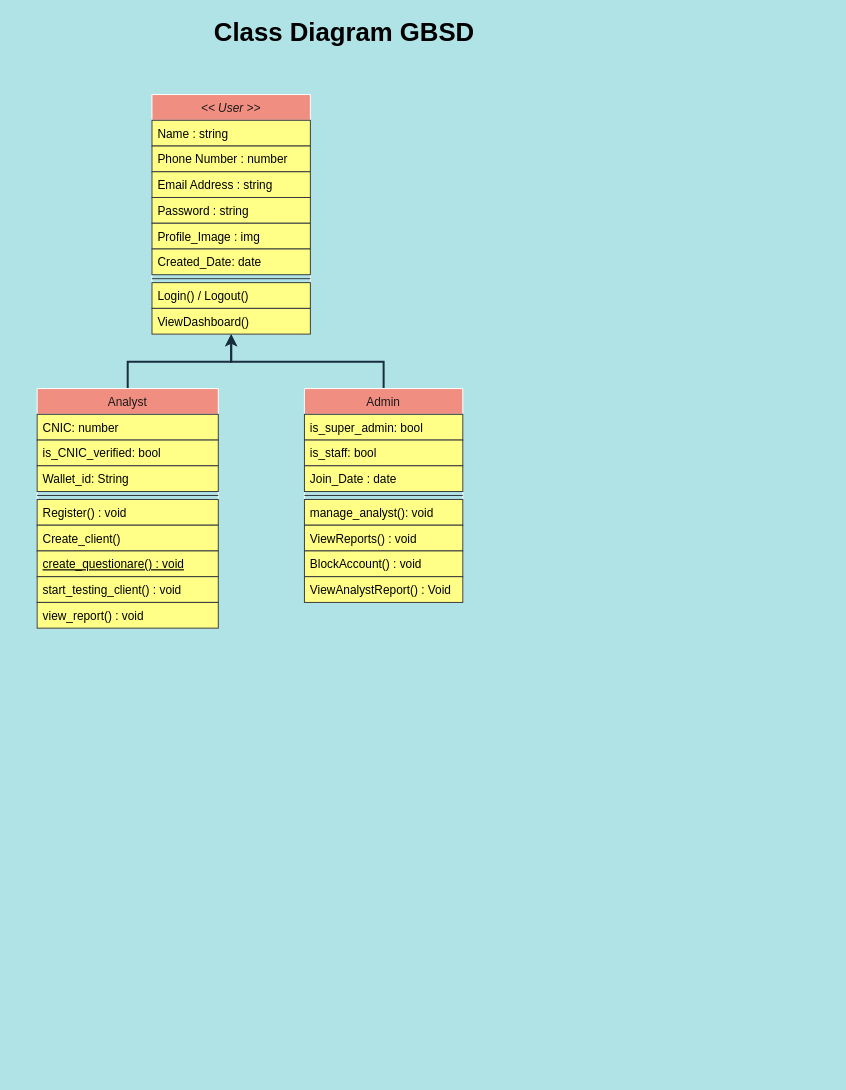
Earlier version of the draw.io diagram class_diagram_GBSD.drawio (mabdulrafea101/sohaib_fyp_docs). Source tidied: cells renumbered, new cells numbered last; positions are measured from the earlier drawing's top-left corner, leaving out a move shared by most shapes. Both pictures are drawn from the tidied source at 99%, with x=0, y=0 at pixel (37, 22).
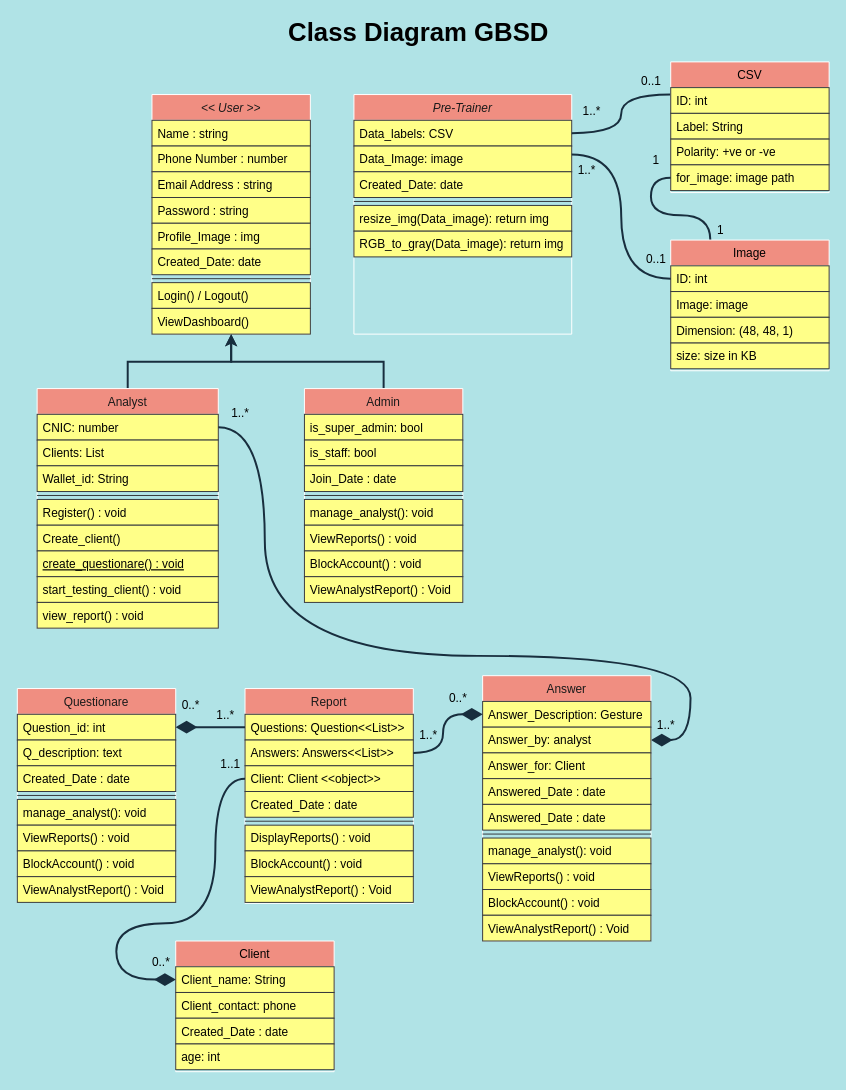
Above is the later version.

The change refers to these unchanged cells:
```xml
<mxCell id="13" value="Analyst" style="swimlane;fontStyle=0;align=center;verticalAlign=top;horizontal=1;startSize=26;rounded=0;shadow=0;strokeWidth=1;fillColor=#F08E81;strokeColor=#FFFFFF;fontColor=#1A1A1A;" parent="1" vertex="1">
  <mxGeometry y="370" width="183" height="242" as="geometry" />
</mxCell>
<mxCell id="14" value="CNIC: number" style="text;align=left;verticalAlign=top;spacingLeft=4;spacingRight=4;overflow=hidden;points=[[0,0.5],[1,0.5]];portConstraint=eastwest;fillColor=#ffff88;strokeColor=#36393d;" parent="13" vertex="1">
  <mxGeometry y="26" width="183" height="26" as="geometry" />
</mxCell>
```

The edit, as a diff of the source:
```diff
@@
-    <mxCell id="15" value="is_CNIC_verified: bool" style="text;align=left;verticalAlign=top;spacingLeft=4;spacingRight=4;overflow=hidden;fillColor=#ffff88;strokeColor=#36393d;" parent="13" vertex="1">
+    <mxCell id="15" value="Clients: List" style="text;align=left;verticalAlign=top;spacingLeft=4;spacingRight=4;overflow=hidden;fillColor=#ffff88;strokeColor=#36393d;" parent="13" vertex="1">
       <mxGeometry y="52" width="183" height="26" as="geometry" />
     </mxCell>
@@
     <mxCell id="33" value="&lt;font style=&quot;font-size: 26px&quot;&gt;&lt;b&gt;Class Diagram GBSD&lt;/b&gt;&lt;/font&gt;" style="text;html=1;align=center;verticalAlign=middle;strokeColor=none;fillColor=none;fontColor=#000000;" parent="1" vertex="1">
-      <mxGeometry x="170" width="280" height="20" as="geometry" />
+      <mxGeometry x="245" width="280" height="20" as="geometry" />
     </mxCell>
+    <mxCell id="34" value="Questionare" style="swimlane;fontStyle=0;align=center;verticalAlign=top;horizontal=1;startSize=26;rounded=0;shadow=0;strokeWidth=1;fillColor=#F08E81;strokeColor=#FFFFFF;fontColor=#1A1A1A;" parent="1" vertex="1">
+      <mxGeometry x="-20" y="673" width="160" height="216" as="geometry" />
+    </mxCell>
+    <mxCell id="35" value="Question_id: int" style="text;align=left;verticalAlign=top;spacingLeft=4;spacingRight=4;overflow=hidden;points=[[0,0.5],[1,0.5]];portConstraint=eastwest;fillColor=#ffff88;strokeColor=#36393d;" parent="34" vertex="1">
+      <mxGeometry y="26" width="160" height="26" as="geometry" />
+    </mxCell>
+    <mxCell id="36" value="Q_description: text" style="text;align=left;verticalAlign=top;spacingLeft=4;spacingRight=4;overflow=hidden;fillColor=#ffff88;strokeColor=#36393d;" parent="34" vertex="1">
+      <mxGeometry y="52" width="160" height="26" as="geometry" />
+    </mxCell>
+    <mxCell id="37" value="Created_Date : date" style="text;align=left;verticalAlign=top;spacingLeft=4;spacingRight=4;overflow=hidden;fillColor=#ffff88;strokeColor=#36393d;" parent="34" vertex="1">
+      <mxGeometry y="78" width="160" height="26" as="geometry" />
+    </mxCell>
+    <mxCell id="38" style="line;html=1;strokeWidth=1;align=left;verticalAlign=middle;spacingTop=-1;spacingLeft=3;spacingRight=3;labelPosition=right;labelBackgroundColor=#B0E3E6;fillColor=#ffff88;strokeColor=#36393d;" parent="34" vertex="1">
+      <mxGeometry y="104" width="160" height="8" as="geometry" />
+    </mxCell>
+    <mxCell id="39" value="manage_analyst(): void" style="text;align=left;verticalAlign=top;spacingLeft=4;spacingRight=4;overflow=hidden;fillColor=#ffff88;strokeColor=#36393d;" parent="34" vertex="1">
+      <mxGeometry y="112" width="160" height="26" as="geometry" />
+    </mxCell>
+    <mxCell id="40" value="ViewReports() : void" style="text;align=left;verticalAlign=top;spacingLeft=4;spacingRight=4;overflow=hidden;fillColor=#ffff88;strokeColor=#36393d;" parent="34" vertex="1">
+      <mxGeometry y="138" width="160" height="26" as="geometry" />
+    </mxCell>
+    <mxCell id="41" value="BlockAccount() : void" style="text;align=left;verticalAlign=top;spacingLeft=4;spacingRight=4;overflow=hidden;fillColor=#ffff88;strokeColor=#36393d;" parent="34" vertex="1">
+      <mxGeometry y="164" width="160" height="26" as="geometry" />
+    </mxCell>
+    <mxCell id="42" value="ViewAnalystReport() : Void" style="text;align=left;verticalAlign=top;spacingLeft=4;spacingRight=4;overflow=hidden;fillColor=#ffff88;strokeColor=#36393d;" parent="34" vertex="1">
+      <mxGeometry y="190" width="160" height="26" as="geometry" />
+    </mxCell>
+    <mxCell id="43" style="edgeStyle=orthogonalEdgeStyle;rounded=0;sketch=0;jettySize=auto;html=1;exitX=1;exitY=0.5;exitDx=0;exitDy=0;entryX=1;entryY=0.5;entryDx=0;entryDy=0;fontSize=26;fontColor=#000000;strokeColor=#182E3E;strokeWidth=2;curved=1;endArrow=none;endFill=0;startArrow=diamondThin;startFill=1;sourcePerimeterSpacing=14;targetPerimeterSpacing=15;endSize=8;startSize=16;" parent="1" edge="1" source="46" target="14">
+      <mxGeometry relative="1" as="geometry">
+        <Array as="points">
+          <mxPoint x="660" y="725" />
+          <mxPoint x="660" y="640" />
+          <mxPoint x="230" y="640" />
+          <mxPoint x="230" y="409" />
+        </Array>
+      </mxGeometry>
+    </mxCell>
+    <mxCell id="44" value="Answer" style="swimlane;fontStyle=0;align=center;verticalAlign=top;horizontal=1;startSize=26;rounded=0;shadow=0;strokeWidth=1;fillColor=#F08E81;strokeColor=#FFFFFF;fontColor=#1A1A1A;" parent="1" vertex="1">
+      <mxGeometry x="450" y="660" width="170" height="268" as="geometry" />
+    </mxCell>
+    <mxCell id="45" value="Answer_Description: Gesture" style="text;align=left;verticalAlign=top;spacingLeft=4;spacingRight=4;overflow=hidden;points=[[0,0.5],[1,0.5]];portConstraint=eastwest;fillColor=#ffff88;strokeColor=#36393d;" parent="44" vertex="1">
+      <mxGeometry y="26" width="170" height="26" as="geometry" />
+    </mxCell>
+    <mxCell id="46" value="Answer_by: analyst" style="text;align=left;verticalAlign=top;spacingLeft=4;spacingRight=4;overflow=hidden;points=[[0,0.5],[1,0.5]];portConstraint=eastwest;fillColor=#ffff88;strokeColor=#36393d;" parent="44" vertex="1">
+      <mxGeometry y="52" width="170" height="26" as="geometry" />
+    </mxCell>
+    <mxCell id="47" value="Answer_for: Client" style="text;align=left;verticalAlign=top;spacingLeft=4;spacingRight=4;overflow=hidden;fillColor=#ffff88;strokeColor=#36393d;" parent="44" vertex="1">
+      <mxGeometry y="78" width="170" height="26" as="geometry" />
+    </mxCell>
+    <mxCell id="48" value="Answered_Date : date" style="text;align=left;verticalAlign=top;spacingLeft=4;spacingRight=4;overflow=hidden;fillColor=#ffff88;strokeColor=#36393d;" parent="44" vertex="1">
+      <mxGeometry y="104" width="170" height="26" as="geometry" />
+    </mxCell>
+    <mxCell id="49" value="Answered_Date : date" style="text;align=left;verticalAlign=top;spacingLeft=4;spacingRight=4;overflow=hidden;fillColor=#ffff88;strokeColor=#36393d;" parent="44" vertex="1">
+      <mxGeometry y="130" width="170" height="26" as="geometry" />
+    </mxCell>
+    <mxCell id="50" style="line;html=1;strokeWidth=1;align=left;verticalAlign=middle;spacingTop=-1;spacingLeft=3;spacingRight=3;labelPosition=right;labelBackgroundColor=#B0E3E6;fillColor=#ffff88;strokeColor=#36393d;" parent="44" vertex="1">
+      <mxGeometry y="156" width="170" height="8" as="geometry" />
+    </mxCell>
+    <mxCell id="51" value="manage_analyst(): void" style="text;align=left;verticalAlign=top;spacingLeft=4;spacingRight=4;overflow=hidden;fillColor=#ffff88;strokeColor=#36393d;" parent="44" vertex="1">
+      <mxGeometry y="164" width="170" height="26" as="geometry" />
+    </mxCell>
+    <mxCell id="52" value="ViewReports() : void" style="text;align=left;verticalAlign=top;spacingLeft=4;spacingRight=4;overflow=hidden;fillColor=#ffff88;strokeColor=#36393d;" parent="44" vertex="1">
+      <mxGeometry y="190" width="170" height="26" as="geometry" />
+    </mxCell>
+    <mxCell id="53" value="BlockAccount() : void" style="text;align=left;verticalAlign=top;spacingLeft=4;spacingRight=4;overflow=hidden;fillColor=#ffff88;strokeColor=#36393d;" parent="44" vertex="1">
+      <mxGeometry y="216" width="170" height="26" as="geometry" />
+    </mxCell>
+    <mxCell id="54" value="ViewAnalystReport() : Void" style="text;align=left;verticalAlign=top;spacingLeft=4;spacingRight=4;overflow=hidden;fillColor=#ffff88;strokeColor=#36393d;" parent="44" vertex="1">
+      <mxGeometry y="242" width="170" height="26" as="geometry" />
+    </mxCell>
+    <mxCell id="55" value="Report" style="swimlane;fontStyle=0;align=center;verticalAlign=top;horizontal=1;startSize=26;rounded=0;shadow=0;strokeWidth=1;fillColor=#F08E81;strokeColor=#FFFFFF;fontColor=#1A1A1A;" parent="1" vertex="1">
+      <mxGeometry x="210" y="673" width="170" height="217" as="geometry" />
+    </mxCell>
+    <mxCell id="56" value="Questions: Question&lt;&lt;List&gt;&gt;" style="text;align=left;verticalAlign=top;spacingLeft=4;spacingRight=4;overflow=hidden;points=[[0,0.5],[1,0.5]];portConstraint=eastwest;fillColor=#ffff88;strokeColor=#36393d;" parent="55" vertex="1">
+      <mxGeometry y="26" width="170" height="26" as="geometry" />
+    </mxCell>
+    <mxCell id="57" value="Answers: Answers&lt;&lt;List&gt;&gt;" style="text;align=left;verticalAlign=top;spacingLeft=4;spacingRight=4;overflow=hidden;points=[[0,0.5],[1,0.5]];portConstraint=eastwest;fillColor=#ffff88;strokeColor=#36393d;" parent="55" vertex="1">
+      <mxGeometry y="52" width="170" height="26" as="geometry" />
+    </mxCell>
+    <mxCell id="58" value="Client: Client &lt;&lt;object&gt;&gt;" style="text;align=left;verticalAlign=top;spacingLeft=4;spacingRight=4;overflow=hidden;points=[[0,0.5],[1,0.5]];portConstraint=eastwest;fillColor=#ffff88;strokeColor=#36393d;" parent="55" vertex="1">
+      <mxGeometry y="78" width="170" height="26" as="geometry" />
+    </mxCell>
+    <mxCell id="59" value="Created_Date : date" style="text;align=left;verticalAlign=top;spacingLeft=4;spacingRight=4;overflow=hidden;fillColor=#ffff88;strokeColor=#36393d;" parent="55" vertex="1">
+      <mxGeometry y="104" width="170" height="26" as="geometry" />
+    </mxCell>
+    <mxCell id="60" style="line;html=1;strokeWidth=1;align=left;verticalAlign=middle;spacingTop=-1;spacingLeft=3;spacingRight=3;labelPosition=right;labelBackgroundColor=#B0E3E6;fillColor=#ffff88;strokeColor=#36393d;" parent="55" vertex="1">
+      <mxGeometry y="130" width="170" height="8" as="geometry" />
+    </mxCell>
+    <mxCell id="61" value="DisplayReports() : void" style="text;align=left;verticalAlign=top;spacingLeft=4;spacingRight=4;overflow=hidden;fillColor=#ffff88;strokeColor=#36393d;" parent="55" vertex="1">
+      <mxGeometry y="138" width="170" height="26" as="geometry" />
+    </mxCell>
+    <mxCell id="62" value="BlockAccount() : void" style="text;align=left;verticalAlign=top;spacingLeft=4;spacingRight=4;overflow=hidden;fillColor=#ffff88;strokeColor=#36393d;" parent="55" vertex="1">
+      <mxGeometry y="164" width="170" height="26" as="geometry" />
+    </mxCell>
+    <mxCell id="63" value="ViewAnalystReport() : Void" style="text;align=left;verticalAlign=top;spacingLeft=4;spacingRight=4;overflow=hidden;fillColor=#ffff88;strokeColor=#36393d;" parent="55" vertex="1">
+      <mxGeometry y="190" width="170" height="26" as="geometry" />
+    </mxCell>
+    <mxCell id="64" value="Client" style="swimlane;fontStyle=0;align=center;verticalAlign=top;horizontal=1;startSize=26;rounded=0;shadow=0;strokeWidth=1;fillColor=#F08E81;strokeColor=#FFFFFF;fontColor=#000000;" parent="1" vertex="1">
+      <mxGeometry x="140" y="928" width="160" height="132" as="geometry" />
+    </mxCell>
+    <mxCell id="65" value="Client_name: String" style="text;align=left;verticalAlign=top;spacingLeft=4;spacingRight=4;overflow=hidden;points=[[0,0.5],[1,0.5]];portConstraint=eastwest;fillColor=#ffff88;strokeColor=#36393d;" parent="64" vertex="1">
+      <mxGeometry y="26" width="160" height="26" as="geometry" />
+    </mxCell>
+    <mxCell id="66" value="Client_contact: phone" style="text;align=left;verticalAlign=top;spacingLeft=4;spacingRight=4;overflow=hidden;fillColor=#ffff88;strokeColor=#36393d;" parent="64" vertex="1">
+      <mxGeometry y="52" width="160" height="26" as="geometry" />
+    </mxCell>
+    <mxCell id="67" value="Created_Date : date" style="text;align=left;verticalAlign=top;spacingLeft=4;spacingRight=4;overflow=hidden;fillColor=#ffff88;strokeColor=#36393d;" parent="64" vertex="1">
+      <mxGeometry y="78" width="160" height="26" as="geometry" />
+    </mxCell>
+    <mxCell id="68" value="age: int" style="text;align=left;verticalAlign=top;spacingLeft=4;spacingRight=4;overflow=hidden;fillColor=#ffff88;strokeColor=#36393d;" parent="64" vertex="1">
+      <mxGeometry y="104" width="160" height="26" as="geometry" />
+    </mxCell>
+    <mxCell id="69" value="&lt;font style=&quot;font-size: 12px&quot;&gt;1..*&lt;/font&gt;" style="text;html=1;align=center;verticalAlign=middle;strokeColor=none;fillColor=none;fontSize=26;fontColor=#000000;" parent="1" vertex="1">
+      <mxGeometry x="190" y="370" width="30" height="40" as="geometry" />
+    </mxCell>
+    <mxCell id="70" value="1..*" style="text;html=1;align=center;verticalAlign=middle;strokeColor=none;fillColor=none;fontSize=12;fontColor=#000000;" parent="1" vertex="1">
+      <mxGeometry x="620" y="700" width="30" height="20" as="geometry" />
+    </mxCell>
+    <mxCell id="71" style="edgeStyle=orthogonalEdgeStyle;curved=1;rounded=0;sketch=0;jettySize=auto;html=1;exitX=0;exitY=0.5;exitDx=0;exitDy=0;entryX=0;entryY=0.5;entryDx=0;entryDy=0;fontSize=12;fontColor=#000000;startArrow=diamondThin;startFill=1;endArrow=none;endFill=0;startSize=16;endSize=8;sourcePerimeterSpacing=14;targetPerimeterSpacing=15;strokeColor=#182E3E;strokeWidth=2;" parent="1" edge="1" source="65" target="58">
+      <mxGeometry relative="1" as="geometry">
+        <Array as="points">
+          <mxPoint x="80" y="967" />
+          <mxPoint x="80" y="910" />
+          <mxPoint x="180" y="910" />
+          <mxPoint x="180" y="764" />
+        </Array>
+      </mxGeometry>
+    </mxCell>
+    <mxCell id="72" value="0..*" style="text;html=1;align=center;verticalAlign=middle;strokeColor=none;fillColor=none;fontSize=12;fontColor=#000000;" parent="1" vertex="1">
+      <mxGeometry x="110" y="940" width="30" height="20" as="geometry" />
+    </mxCell>
+    <mxCell id="73" value="1..1" style="text;html=1;align=center;verticalAlign=middle;strokeColor=none;fillColor=none;fontSize=12;fontColor=#000000;" parent="1" vertex="1">
+      <mxGeometry x="175" y="740" width="40" height="20" as="geometry" />
+    </mxCell>
+    <mxCell id="74" style="edgeStyle=orthogonalEdgeStyle;curved=1;rounded=0;sketch=0;jettySize=auto;html=1;exitX=1;exitY=0.5;exitDx=0;exitDy=0;entryX=0;entryY=0.5;entryDx=0;entryDy=0;fontSize=12;fontColor=#000000;startArrow=diamondThin;startFill=1;endArrow=none;endFill=0;startSize=16;endSize=8;sourcePerimeterSpacing=14;targetPerimeterSpacing=15;strokeColor=#182E3E;strokeWidth=2;" parent="1" edge="1" source="35" target="56">
+      <mxGeometry relative="1" as="geometry" />
+    </mxCell>
+    <mxCell id="75" style="edgeStyle=orthogonalEdgeStyle;curved=1;rounded=0;sketch=0;jettySize=auto;html=1;exitX=0;exitY=0.5;exitDx=0;exitDy=0;entryX=1;entryY=0.5;entryDx=0;entryDy=0;fontSize=12;fontColor=#000000;startArrow=diamondThin;startFill=1;endArrow=none;endFill=0;startSize=16;endSize=8;sourcePerimeterSpacing=14;targetPerimeterSpacing=15;strokeColor=#182E3E;strokeWidth=2;" parent="1" edge="1" source="45" target="57">
+      <mxGeometry relative="1" as="geometry" />
+    </mxCell>
+    <mxCell id="76" value="1..*" style="text;html=1;align=center;verticalAlign=middle;strokeColor=none;fillColor=none;fontSize=12;fontColor=#000000;" parent="1" vertex="1">
+      <mxGeometry x="380" y="710" width="30" height="20" as="geometry" />
+    </mxCell>
+    <mxCell id="77" value="0..*" style="text;html=1;align=center;verticalAlign=middle;strokeColor=none;fillColor=none;fontSize=12;fontColor=#000000;" parent="1" vertex="1">
+      <mxGeometry x="410" y="673" width="30" height="20" as="geometry" />
+    </mxCell>
+    <mxCell id="78" value="0..*" style="text;html=1;align=center;verticalAlign=middle;strokeColor=none;fillColor=none;fontSize=12;fontColor=#000000;" parent="1" vertex="1">
+      <mxGeometry x="140" y="680" width="30" height="20" as="geometry" />
+    </mxCell>
+    <mxCell id="79" value="1..*" style="text;html=1;align=center;verticalAlign=middle;strokeColor=none;fillColor=none;fontSize=12;fontColor=#000000;" parent="1" vertex="1">
+      <mxGeometry x="175" y="690" width="30" height="20" as="geometry" />
+    </mxCell>
+    <mxCell id="80" value="Pre-Trainer" style="swimlane;fontStyle=2;align=center;verticalAlign=top;horizontal=1;startSize=26;rounded=0;shadow=0;strokeWidth=1;fillColor=#F08E81;strokeColor=#FFFFFF;fontColor=#1A1A1A;" parent="1" vertex="1">
+      <mxGeometry x="320" y="73" width="220" height="242" as="geometry" />
+    </mxCell>
+    <mxCell id="81" value="Data_labels: CSV" style="text;align=left;verticalAlign=top;spacingLeft=4;spacingRight=4;overflow=hidden;points=[[0,0.5],[1,0.5]];portConstraint=eastwest;fillColor=#ffff88;strokeColor=#36393d;" parent="80" vertex="1">
+      <mxGeometry y="26" width="220" height="26" as="geometry" />
+    </mxCell>
+    <mxCell id="82" value="Data_Image: image" style="text;align=left;verticalAlign=top;spacingLeft=4;spacingRight=4;overflow=hidden;rounded=0;shadow=0;html=0;fillColor=#ffff88;strokeColor=#36393d;" parent="80" vertex="1">
+      <mxGeometry y="52" width="220" height="26" as="geometry" />
+    </mxCell>
+    <mxCell id="83" value="Created_Date: date" style="text;align=left;verticalAlign=top;spacingLeft=4;spacingRight=4;overflow=hidden;rounded=0;shadow=0;html=0;fillColor=#ffff88;strokeColor=#36393d;" parent="80" vertex="1">
+      <mxGeometry y="78" width="220" height="26" as="geometry" />
+    </mxCell>
+    <mxCell id="84" style="line;html=1;strokeWidth=1;align=left;verticalAlign=middle;spacingTop=-1;spacingLeft=3;spacingRight=3;labelPosition=right;labelBackgroundColor=#B0E3E6;fillColor=#ffff88;strokeColor=#36393d;" parent="80" vertex="1">
+      <mxGeometry y="104" width="220" height="8" as="geometry" />
+    </mxCell>
+    <mxCell id="85" value="resize_img(Data_image): return img" style="text;align=left;verticalAlign=top;spacingLeft=4;spacingRight=4;overflow=hidden;fillColor=#ffff88;strokeColor=#36393d;" parent="80" vertex="1">
+      <mxGeometry y="112" width="220" height="26" as="geometry" />
+    </mxCell>
+    <mxCell id="86" value="RGB_to_gray(Data_image): return img" style="text;align=left;verticalAlign=top;spacingLeft=4;spacingRight=4;overflow=hidden;fillColor=#ffff88;strokeColor=#36393d;" parent="80" vertex="1">
+      <mxGeometry y="138" width="220" height="26" as="geometry" />
+    </mxCell>
+    <mxCell id="87" style="edgeStyle=orthogonalEdgeStyle;curved=1;rounded=0;sketch=0;jettySize=auto;html=1;exitX=0;exitY=0.25;exitDx=0;exitDy=0;entryX=1;entryY=0.5;entryDx=0;entryDy=0;fontSize=12;fontColor=#000000;startArrow=none;startFill=0;endArrow=none;endFill=0;startSize=16;endSize=8;sourcePerimeterSpacing=14;targetPerimeterSpacing=15;strokeColor=#182E3E;strokeWidth=2;" parent="1" edge="1" source="88" target="81">
+      <mxGeometry relative="1" as="geometry" />
+    </mxCell>
+    <mxCell id="88" value="CSV" style="swimlane;fontStyle=0;align=center;verticalAlign=top;horizontal=1;startSize=26;rounded=0;shadow=0;strokeWidth=1;fillColor=#F08E81;strokeColor=#FFFFFF;fontColor=#000000;" parent="1" vertex="1">
+      <mxGeometry x="640" y="40" width="160" height="132" as="geometry" />
+    </mxCell>
+    <mxCell id="89" value="ID: int" style="text;align=left;verticalAlign=top;spacingLeft=4;spacingRight=4;overflow=hidden;fillColor=#ffff88;strokeColor=#36393d;" parent="88" vertex="1">
+      <mxGeometry y="26" width="160" height="26" as="geometry" />
+    </mxCell>
+    <mxCell id="90" value="Label: String" style="text;align=left;verticalAlign=top;spacingLeft=4;spacingRight=4;overflow=hidden;fillColor=#ffff88;strokeColor=#36393d;" parent="88" vertex="1">
+      <mxGeometry y="52" width="160" height="26" as="geometry" />
+    </mxCell>
+    <mxCell id="91" value="Polarity: +ve or -ve" style="text;align=left;verticalAlign=top;spacingLeft=4;spacingRight=4;overflow=hidden;fillColor=#ffff88;strokeColor=#36393d;" parent="88" vertex="1">
+      <mxGeometry y="78" width="160" height="26" as="geometry" />
+    </mxCell>
+    <mxCell id="92" value="for_image: image path" style="text;align=left;verticalAlign=top;spacingLeft=4;spacingRight=4;overflow=hidden;points=[[0,0.5],[1,0.5]];portConstraint=eastwest;fillColor=#ffff88;strokeColor=#36393d;" parent="88" vertex="1">
+      <mxGeometry y="104" width="160" height="26" as="geometry" />
+    </mxCell>
+    <mxCell id="93" style="edgeStyle=orthogonalEdgeStyle;curved=1;rounded=0;sketch=0;jettySize=auto;html=1;exitX=0.25;exitY=0;exitDx=0;exitDy=0;entryX=0;entryY=0.5;entryDx=0;entryDy=0;fontSize=12;fontColor=#000000;startArrow=none;startFill=0;endArrow=none;endFill=0;startSize=16;endSize=8;sourcePerimeterSpacing=14;targetPerimeterSpacing=15;strokeColor=#182E3E;strokeWidth=2;" parent="1" edge="1" source="94" target="92">
+      <mxGeometry relative="1" as="geometry" />
+    </mxCell>
+    <mxCell id="94" value="Image" style="swimlane;fontStyle=0;align=center;verticalAlign=top;horizontal=1;startSize=26;rounded=0;shadow=0;strokeWidth=1;fillColor=#F08E81;strokeColor=#FFFFFF;fontColor=#000000;" parent="1" vertex="1">
+      <mxGeometry x="640" y="220" width="160" height="132" as="geometry" />
+    </mxCell>
+    <mxCell id="95" value="ID: int" style="text;align=left;verticalAlign=top;spacingLeft=4;spacingRight=4;overflow=hidden;points=[[0,0.5],[1,0.5]];portConstraint=eastwest;fillColor=#ffff88;strokeColor=#36393d;" parent="94" vertex="1">
+      <mxGeometry y="26" width="160" height="26" as="geometry" />
+    </mxCell>
+    <mxCell id="96" value="Image: image" style="text;align=left;verticalAlign=top;spacingLeft=4;spacingRight=4;overflow=hidden;fillColor=#ffff88;strokeColor=#36393d;" parent="94" vertex="1">
+      <mxGeometry y="52" width="160" height="26" as="geometry" />
+    </mxCell>
+    <mxCell id="97" value="Dimension: (48, 48, 1)" style="text;align=left;verticalAlign=top;spacingLeft=4;spacingRight=4;overflow=hidden;fillColor=#ffff88;strokeColor=#36393d;" parent="94" vertex="1">
+      <mxGeometry y="78" width="160" height="26" as="geometry" />
+    </mxCell>
+    <mxCell id="98" value="size: size in KB" style="text;align=left;verticalAlign=top;spacingLeft=4;spacingRight=4;overflow=hidden;fillColor=#ffff88;strokeColor=#36393d;" parent="94" vertex="1">
+      <mxGeometry y="104" width="160" height="26" as="geometry" />
+    </mxCell>
+    <mxCell id="99" style="edgeStyle=orthogonalEdgeStyle;curved=1;rounded=0;sketch=0;jettySize=auto;html=1;exitX=0;exitY=0.5;exitDx=0;exitDy=0;entryX=1;entryY=0.25;entryDx=0;entryDy=0;fontSize=12;fontColor=#000000;startArrow=none;startFill=0;endArrow=none;endFill=0;startSize=16;endSize=8;sourcePerimeterSpacing=14;targetPerimeterSpacing=15;strokeColor=#182E3E;strokeWidth=2;" parent="1" edge="1" source="95" target="80">
+      <mxGeometry relative="1" as="geometry" />
+    </mxCell>
+    <mxCell id="100" value="0..1" style="text;html=1;align=center;verticalAlign=middle;strokeColor=none;fillColor=none;fontSize=12;fontColor=#000000;" parent="1" vertex="1">
+      <mxGeometry x="605" y="230" width="40" height="20" as="geometry" />
+    </mxCell>
+    <mxCell id="101" value="0..1" style="text;html=1;align=center;verticalAlign=middle;strokeColor=none;fillColor=none;fontSize=12;fontColor=#000000;" parent="1" vertex="1">
+      <mxGeometry x="600" y="50" width="40" height="20" as="geometry" />
+    </mxCell>
+    <mxCell id="102" value="1" style="text;html=1;align=center;verticalAlign=middle;strokeColor=none;fillColor=none;fontSize=12;fontColor=#000000;" parent="1" vertex="1">
+      <mxGeometry x="680" y="200" width="20" height="20" as="geometry" />
+    </mxCell>
+    <mxCell id="103" value="1" style="text;html=1;align=center;verticalAlign=middle;strokeColor=none;fillColor=none;fontSize=12;fontColor=#000000;" parent="1" vertex="1">
+      <mxGeometry x="615" y="130" width="20" height="20" as="geometry" />
+    </mxCell>
+    <mxCell id="104" value="1..*" style="text;html=1;align=center;verticalAlign=middle;strokeColor=none;fillColor=none;fontSize=12;fontColor=#000000;" parent="1" vertex="1">
+      <mxGeometry x="545" y="80" width="30" height="20" as="geometry" />
+    </mxCell>
+    <mxCell id="105" value="1..*" style="text;html=1;align=center;verticalAlign=middle;strokeColor=none;fillColor=none;fontSize=12;fontColor=#000000;" parent="1" vertex="1">
+      <mxGeometry x="540" y="140" width="30" height="20" as="geometry" />
+    </mxCell>
```
